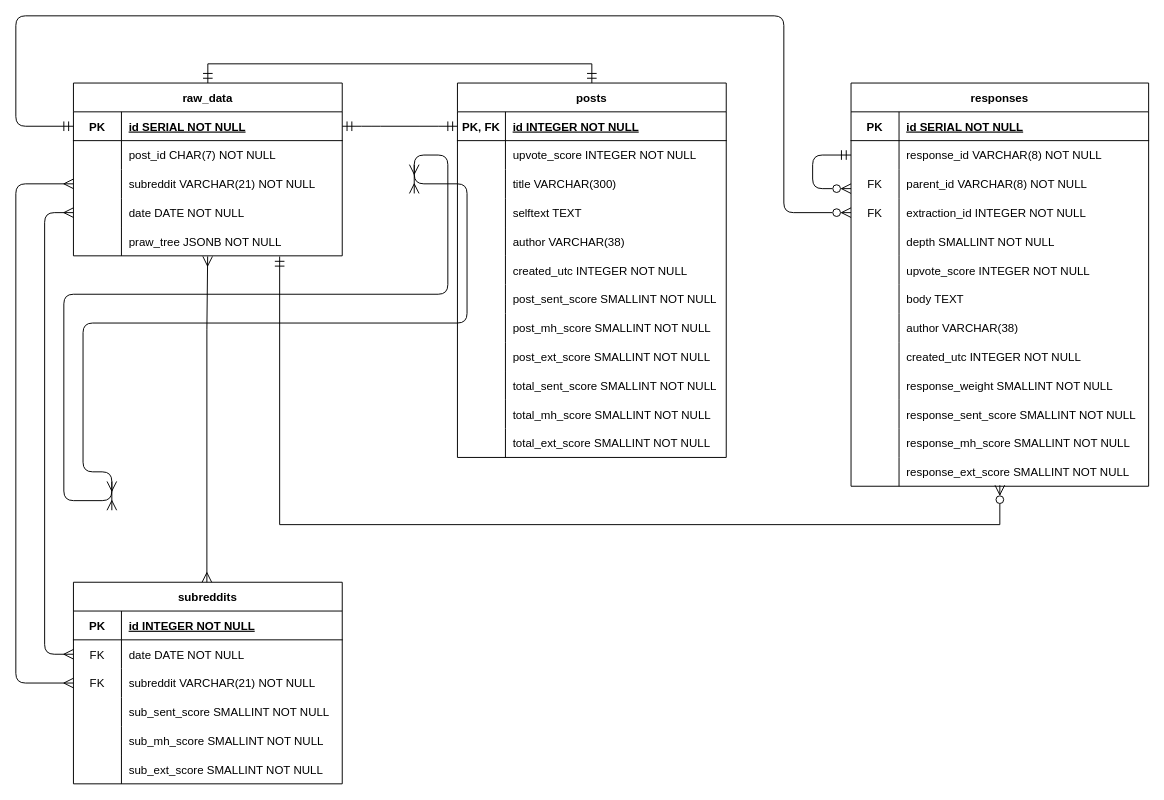
Earlier version of the draw.io diagram assets/ERD.drawio (AustinLowey/social-media-trends-tracker). Source tidied: cells renumbered, new cells numbered last; positions are measured from the earlier drawing's top-left corner, leaving out a move shared by most shapes. Both pictures are drawn from the tidied source at 96%, with x=0, y=0 at pixel (15, 15).
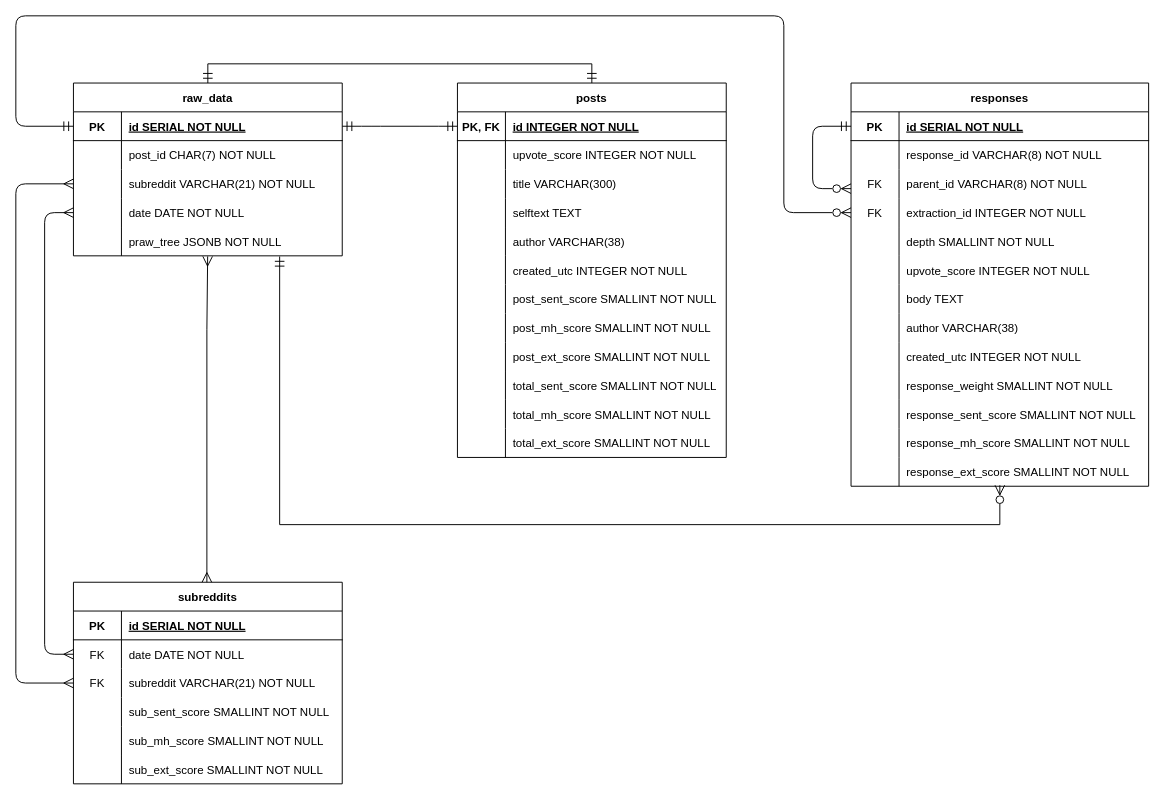
The same diagram, later.

Unchanged cells that the change refers to:
```xml
<mxCell id="41" style="shape=partialRectangle;fillColor=none;points=[[0,0.5],[1,0.5]];portConstraint=eastwest;top=0;left=0;right=0;bottom=1;" parent="40" vertex="1">
  <mxGeometry y="30" width="310" height="30" as="geometry" />
</mxCell>
<mxCell id="44" style="shape=partialRectangle;fillColor=none;points=[[0,0.5],[1,0.5]];portConstraint=eastwest;top=0;left=0;right=0;bottom=0;" parent="40" vertex="1">
  <mxGeometry y="60" width="310" height="30" as="geometry" />
</mxCell>
<mxCell id="97" style="shape=partialRectangle;fillColor=none;top=0;left=0;right=0;bottom=1;" parent="96" vertex="1">
  <mxGeometry y="30" width="280" height="30" as="geometry" />
</mxCell>
```

Change to the diagram source:
```diff
@@
-    <mxCell id="99" value="id INTEGER NOT NULL " style="shape=partialRectangle;overflow=hidden;fillColor=none;top=0;left=0;bottom=0;right=0;align=left;spacingLeft=6;fontStyle=5;" parent="97" vertex="1">
+    <mxCell id="99" value="id SERIAL NOT NULL " style="shape=partialRectangle;overflow=hidden;fillColor=none;top=0;left=0;bottom=0;right=0;align=left;spacingLeft=6;fontStyle=5;" parent="97" vertex="1">
       <mxGeometry x="50" width="230" height="30" as="geometry" />
     </mxCell>
@@
-    <mxCell id="115" style="edgeStyle=orthogonalEdgeStyle;endArrow=ERmany;startArrow=ERmany;endFill=0;startFill=0;exitX=0;exitY=0.5;exitDx=0;exitDy=0;entryX=0;entryY=0.5;entryDx=0;entryDy=0;endSize=8;startSize=8;" parent="1" edge="1">
-      <mxGeometry relative="1" as="geometry">
-        <mxPoint x="415" y="155" as="sourcePoint" />
-        <mxPoint x="100" y="515" as="targetPoint" />
-        <Array as="points">
-          <mxPoint x="470" y="175" />
-          <mxPoint x="470" y="320" />
-          <mxPoint x="70" y="320" />
-          <mxPoint x="70" y="475" />
-        </Array>
-      </mxGeometry>
-    </mxCell>
-    <mxCell id="116" style="edgeStyle=orthogonalEdgeStyle;endArrow=ERmany;startArrow=ERmany;endFill=0;startFill=0;exitX=0;exitY=0.5;exitDx=0;exitDy=0;entryX=0;entryY=0.5;entryDx=0;entryDy=0;endSize=8;startSize=8;" parent="1" edge="1">
-      <mxGeometry relative="1" as="geometry">
-        <mxPoint x="415" y="185" as="sourcePoint" />
-        <mxPoint x="100" y="485" as="targetPoint" />
-        <Array as="points">
-          <mxPoint x="450" y="145" />
-          <mxPoint x="450" y="290" />
-          <mxPoint x="50" y="290" />
-          <mxPoint x="50" y="505" />
-        </Array>
-      </mxGeometry>
-    </mxCell>
@@
-    <mxCell id="118" style="edgeStyle=orthogonalEdgeStyle;rounded=1;jettySize=auto;html=1;endSize=8;startSize=8;startArrow=ERmandOne;startFill=0;endArrow=ERzeroToMany;endFill=0;curved=0;exitX=0;exitY=0.5;exitDx=0;exitDy=0;" parent="1" edge="1" source="44">
+    <mxCell id="118" style="edgeStyle=orthogonalEdgeStyle;rounded=1;jettySize=auto;html=1;endSize=8;startSize=8;startArrow=ERmandOne;startFill=0;endArrow=ERzeroToMany;endFill=0;curved=0;exitX=0;exitY=0.5;exitDx=0;exitDy=0;" parent="1" edge="1" source="41">
       <mxGeometry relative="1" as="geometry">
         <mxPoint x="870" y="180" as="targetPoint" />
         <Array as="points">
-          <mxPoint x="830" y="145" />
+          <mxPoint x="830" y="115" />
           <mxPoint x="830" y="180" />
         </Array>
       </mxGeometry>
     </mxCell>
```
